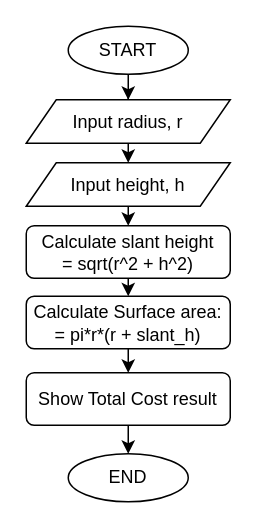
This is DATA STRUCTURE AND  ALGORITHM/1.09 Surface Area of Cone .drawio from buicaothe/PYTHON, a draw.io file, before an edit. Source tidied: cells renumbered, new cells numbered last; positions are measured from the earlier drawing's top-left corner, leaving out a move shared by most shapes. Both pictures are drawn from the tidied source at 150%, with x=0, y=0 at pixel (26, 26).
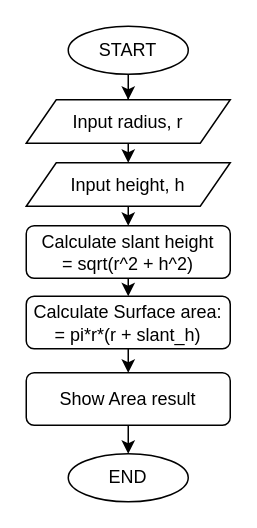
The same diagram, later.

Diff of the diagram source:
```diff
@@
 <mxGraphModel>
   <root>
     <mxCell id="0" />
     <mxCell id="1" parent="0" />
     <mxCell id="2" style="edgeStyle=orthogonalEdgeStyle;rounded=0;jettySize=auto;html=1;entryX=0.5;entryY=0;entryDx=0;entryDy=0;" parent="1" edge="1" source="3" target="5">
       <mxGeometry relative="1" as="geometry" />
     </mxCell>
     <mxCell id="3" value="START" style="ellipse;whiteSpace=wrap;html=1;shapeInside=1;" parent="1" vertex="1">
       <mxGeometry x="28" width="80" height="32" as="geometry" />
     </mxCell>
     <mxCell id="4" style="edgeStyle=orthogonalEdgeStyle;rounded=0;jettySize=auto;html=1;exitX=0.5;exitY=1;exitDx=0;exitDy=0;entryX=0.5;entryY=0;entryDx=0;entryDy=0;" parent="1" edge="1" source="5" target="13">
       <mxGeometry relative="1" as="geometry" />
     </mxCell>
     <mxCell id="5" value="Input radius, r" style="shape=parallelogram;perimeter=parallelogramPerimeter;whiteSpace=wrap;html=1;shapeInside=1;fixedSize=1;" parent="1" vertex="1">
       <mxGeometry y="49" width="136" height="29" as="geometry" />
     </mxCell>
     <mxCell id="6" style="edgeStyle=orthogonalEdgeStyle;rounded=0;orthogonalLoop=1;jettySize=auto;html=1;innerLoopWaypoints=1;exitX=0.5;exitY=1;exitDx=0;exitDy=0;" parent="1" edge="1">
       <mxGeometry relative="1" as="geometry">
         <mxPoint x="68" y="179" as="sourcePoint" />
         <mxPoint x="68" y="179" as="targetPoint" />
       </mxGeometry>
     </mxCell>
     <mxCell id="7" style="edgeStyle=orthogonalEdgeStyle;rounded=0;jettySize=auto;html=1;exitX=0.5;exitY=1;exitDx=0;exitDy=0;" parent="1" edge="1" source="8">
       <mxGeometry relative="1" as="geometry">
         <mxPoint x="68" y="285" as="targetPoint" />
       </mxGeometry>
     </mxCell>
-    <mxCell id="8" value="Show Total Cost result" style="rounded=1;whiteSpace=wrap;html=1;" parent="1" vertex="1">
+    <mxCell id="8" value="Show Area result" style="rounded=1;whiteSpace=wrap;html=1;" parent="1" vertex="1">
       <mxGeometry y="231" width="136" height="35" as="geometry" />
     </mxCell>
     <mxCell id="9" value="END" style="ellipse;whiteSpace=wrap;html=1;shapeInside=1;" parent="1" vertex="1">
       <mxGeometry x="28" y="285" width="80" height="32" as="geometry" />
     </mxCell>
     <mxCell id="10" style="edgeStyle=orthogonalEdgeStyle;rounded=0;jettySize=auto;html=1;exitX=0.5;exitY=1;exitDx=0;exitDy=0;entryX=0.5;entryY=0;entryDx=0;entryDy=0;" parent="1" edge="1" source="11" target="8">
       <mxGeometry relative="1" as="geometry" />
     </mxCell>
     <mxCell id="11" value="Calculate Surface area:&lt;div&gt;= pi*r*(r + slant_h)&lt;/div&gt;" style="rounded=1;whiteSpace=wrap;html=1;" parent="1" vertex="1">
       <mxGeometry y="180" width="136" height="35" as="geometry" />
     </mxCell>
     <mxCell id="12" style="edgeStyle=orthogonalEdgeStyle;rounded=0;jettySize=auto;html=1;exitX=0.5;exitY=1;exitDx=0;exitDy=0;entryX=0.5;entryY=0;entryDx=0;entryDy=0;" parent="1" edge="1" source="13" target="15">
       <mxGeometry relative="1" as="geometry" />
     </mxCell>
     <mxCell id="13" value="Input height, h" style="shape=parallelogram;perimeter=parallelogramPerimeter;whiteSpace=wrap;html=1;shapeInside=1;fixedSize=1;" parent="1" vertex="1">
       <mxGeometry y="91" width="136" height="29" as="geometry" />
     </mxCell>
     <mxCell id="14" style="edgeStyle=orthogonalEdgeStyle;rounded=0;jettySize=auto;html=1;exitX=0.5;exitY=1;exitDx=0;exitDy=0;entryX=0.5;entryY=0;entryDx=0;entryDy=0;" parent="1" edge="1" source="15" target="11">
       <mxGeometry relative="1" as="geometry" />
     </mxCell>
     <mxCell id="15" value="Calculate slant height&lt;br&gt;&lt;div&gt;= sqrt(r^2 + h^2)&lt;/div&gt;" style="rounded=1;whiteSpace=wrap;html=1;" parent="1" vertex="1">
       <mxGeometry y="133" width="136" height="35" as="geometry" />
     </mxCell>
   </root>
 </mxGraphModel>
```
